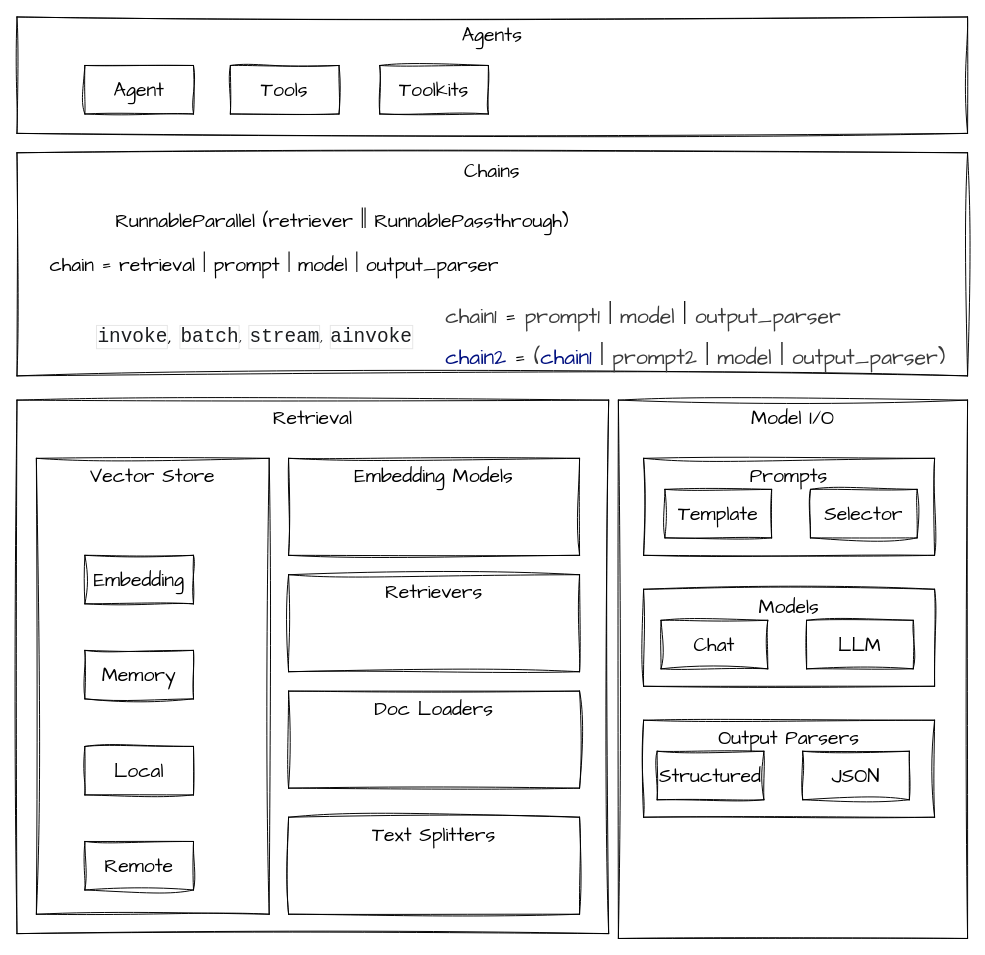
The draw.io diagram diagram/langchain.drawio in feuyeux/hello-langchain, before the edit. Source tidied: cells renumbered, new cells numbered last; positions are measured from the earlier drawing's top-left corner, leaving out a move shared by most shapes. Both pictures are drawn from the tidied source at 97%, with x=0, y=0 at pixel (16, 16).
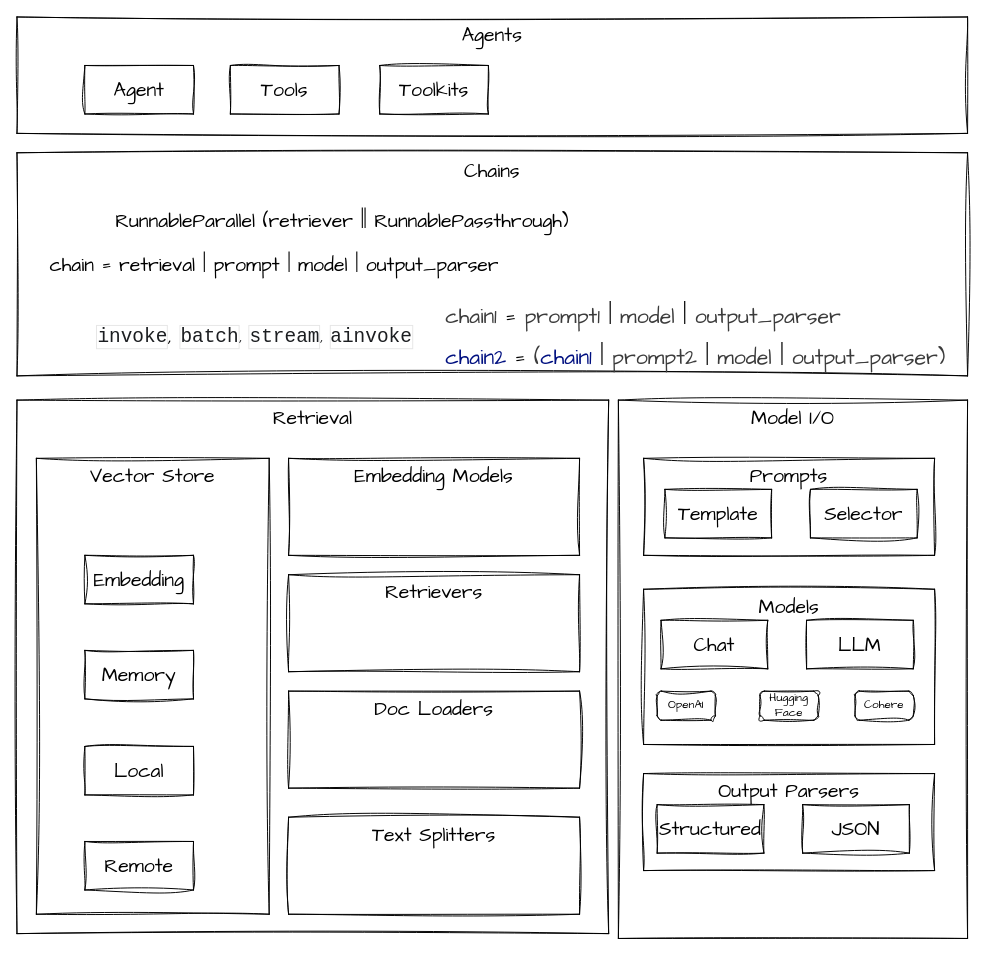
Above is the later version.

The edit, as a diff of the source:
```diff
@@
     <mxCell id="5" value="Output Parsers" style="rounded=0;whiteSpace=wrap;html=1;sketch=1;hachureGap=4;jiggle=2;curveFitting=1;fontFamily=Architects Daughter;fontSize=20;verticalAlign=top;" parent="1" vertex="1">
-      <mxGeometry x="646" y="725" width="300" height="100" as="geometry" />
+      <mxGeometry x="646" y="780" width="300" height="100" as="geometry" />
     </mxCell>
@@
     <mxCell id="7" value="Models" style="rounded=0;whiteSpace=wrap;html=1;sketch=1;hachureGap=4;jiggle=2;curveFitting=1;fontFamily=Architects Daughter;fontSize=20;verticalAlign=top;" parent="1" vertex="1">
-      <mxGeometry x="646" y="590" width="300" height="100" as="geometry" />
+      <mxGeometry x="646" y="590" width="300" height="160" as="geometry" />
     </mxCell>
@@
     <mxCell id="11" value="Structured" style="rounded=0;whiteSpace=wrap;html=1;sketch=1;hachureGap=4;jiggle=2;curveFitting=1;fontFamily=Architects Daughter;fontSize=20;" parent="1" vertex="1">
-      <mxGeometry x="660" y="757" width="110" height="50" as="geometry" />
+      <mxGeometry x="660" y="812" width="110" height="50" as="geometry" />
     </mxCell>
     <mxCell id="12" value="JSON" style="rounded=0;whiteSpace=wrap;html=1;sketch=1;hachureGap=4;jiggle=2;curveFitting=1;fontFamily=Architects Daughter;fontSize=20;" parent="1" vertex="1">
-      <mxGeometry x="810" y="757" width="110" height="50" as="geometry" />
+      <mxGeometry x="810" y="812" width="110" height="50" as="geometry" />
     </mxCell>
@@
+    <mxCell id="31" value="OpenAI" style="rounded=1;whiteSpace=wrap;html=1;sketch=1;hachureGap=4;jiggle=2;curveFitting=1;fontFamily=Architects Daughter;fontSize=12;" parent="1" vertex="1">
+      <mxGeometry x="660" y="695" width="60" height="30" as="geometry" />
+    </mxCell>
+    <mxCell id="32" value="Hugging Face" style="rounded=1;whiteSpace=wrap;html=1;sketch=1;hachureGap=4;jiggle=2;curveFitting=1;fontFamily=Architects Daughter;fontSize=12;" parent="1" vertex="1">
+      <mxGeometry x="766" y="695" width="60" height="30" as="geometry" />
+    </mxCell>
+    <mxCell id="33" value="Cohere" style="rounded=1;whiteSpace=wrap;html=1;sketch=1;hachureGap=4;jiggle=2;curveFitting=1;fontFamily=Architects Daughter;fontSize=12;" parent="1" vertex="1">
+      <mxGeometry x="864" y="695" width="60" height="30" as="geometry" />
+    </mxCell>
```
